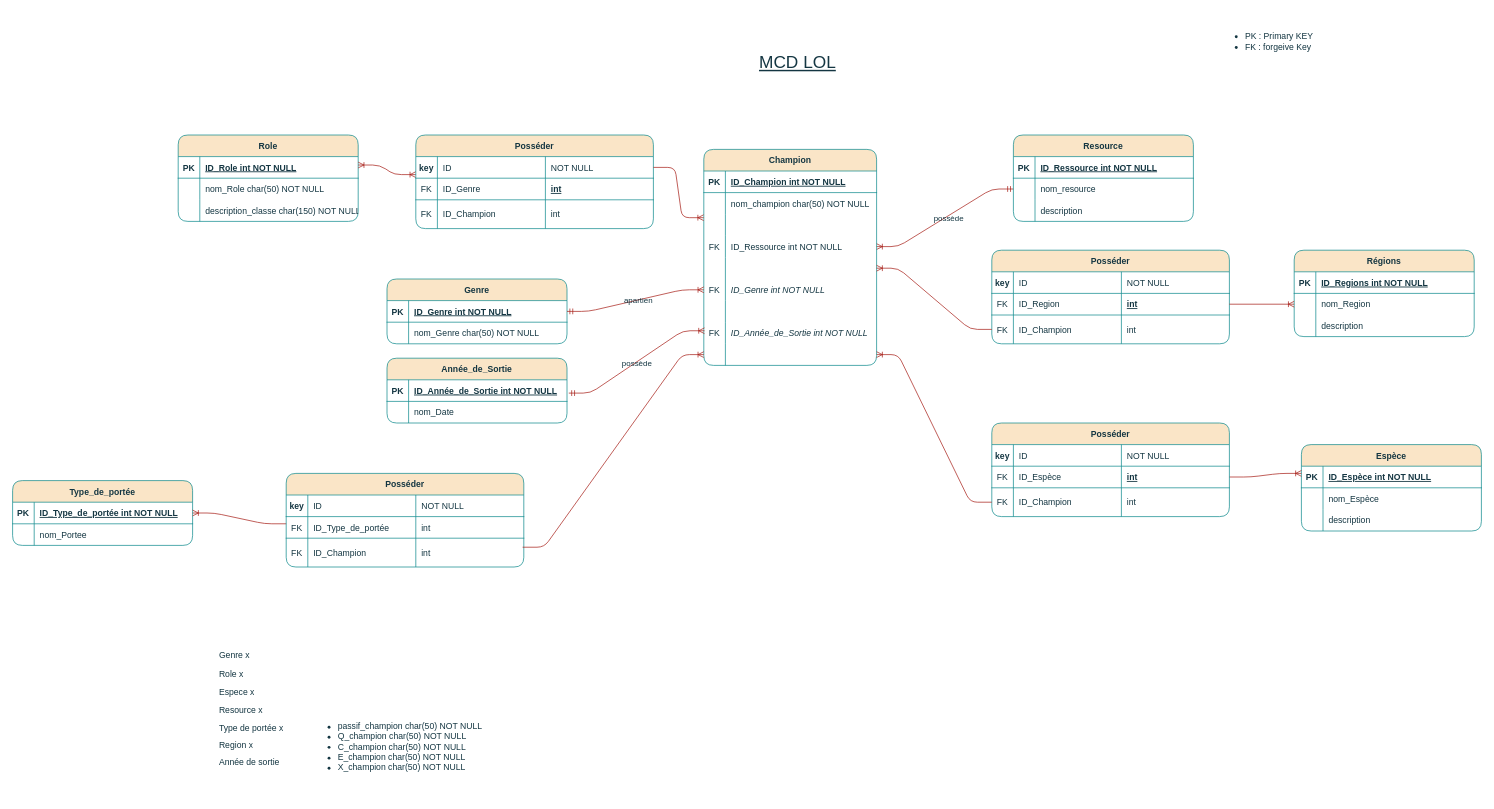
Before: MCD_LOLdle.drawio in CamilleSimon/BTS2-CIEL-IR-MCD-2024-2025, a draw.io diagram. Source tidied: cells renumbered, new cells numbered last; positions are measured from the earlier drawing's top-left corner, leaving out a move shared by most shapes. Both pictures are drawn from the tidied source at 72%, with x=0, y=0 at pixel (12, 12).
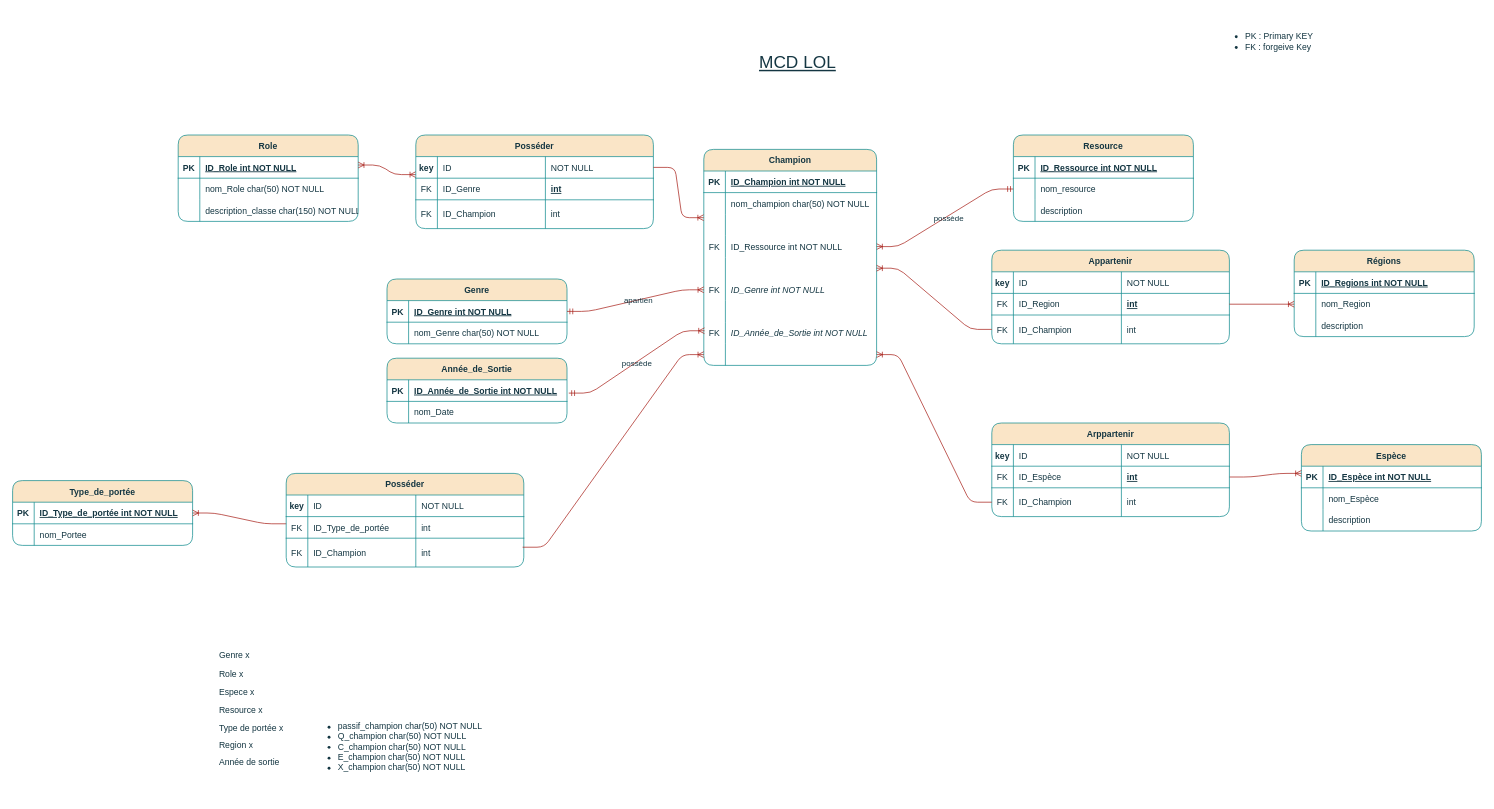
After the change.

Commit message (it also covers changes not shown here):
Mettre à jour MCD_LOLdle.drawio

The edit, as a diff of the source:
```diff
@@
-    <mxCell id="152" value="Posséder" style="shape=table;startSize=30;childLayout=tableLayout;rowLines=0;fontStyle=1;align=center;rounded=1;labelBackgroundColor=none;fillColor=#FAE5C7;strokeColor=#0F8B8D;fontColor=#143642;" parent="1" vertex="1">
+    <mxCell id="152" value="Arppartenir" style="shape=table;startSize=30;childLayout=tableLayout;rowLines=0;fontStyle=1;align=center;rounded=1;labelBackgroundColor=none;fillColor=#FAE5C7;strokeColor=#0F8B8D;fontColor=#143642;" parent="1" vertex="1">
       <mxGeometry x="1360" y="570" width="330" height="130" as="geometry" />
     </mxCell>
@@
-    <mxCell id="166" value="Posséder" style="shape=table;startSize=30;childLayout=tableLayout;rowLines=0;fontStyle=1;align=center;rounded=1;labelBackgroundColor=none;fillColor=#FAE5C7;strokeColor=#0F8B8D;fontColor=#143642;" parent="1" vertex="1">
+    <mxCell id="166" value="Appartenir" style="shape=table;startSize=30;childLayout=tableLayout;rowLines=0;fontStyle=1;align=center;rounded=1;labelBackgroundColor=none;fillColor=#FAE5C7;strokeColor=#0F8B8D;fontColor=#143642;" parent="1" vertex="1">
       <mxGeometry x="1360" y="330" width="330" height="130" as="geometry" />
     </mxCell>
```
